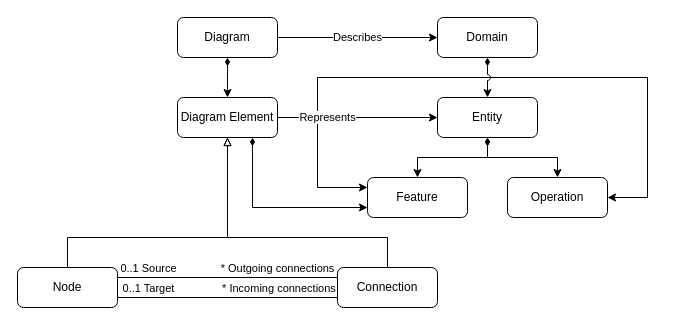
Above: page "Diagramming problem domain" (3 of 8) of diagram.drawio in Nasdanika-Demos/beyond-diagrams (draw.io), before the change. Source tidied: cells renumbered, new cells numbered last; positions are measured from the earlier drawing's top-left corner, leaving out a move shared by most shapes. Both pictures are drawn from the tidied source at 100%, with x=0, y=0 at pixel (17, 17).
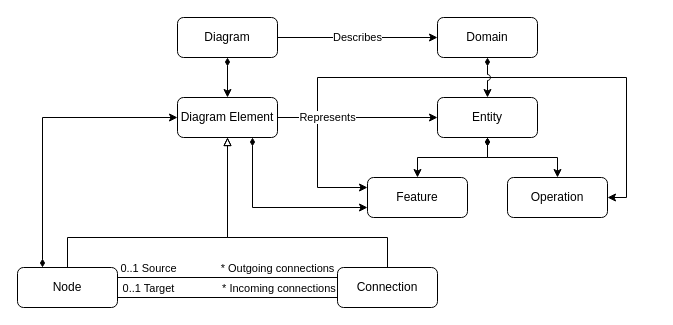
The same diagram, later.

The change refers to these unchanged cells:
```xml
<mxCell id="7" value="Diagram Element" style="rounded=1;whiteSpace=wrap;html=1;" parent="1" vertex="1">
  <mxGeometry x="160" y="80" width="100" height="40" as="geometry" />
</mxCell>
<mxCell id="15" value="Node" style="rounded=1;whiteSpace=wrap;html=1;" parent="1" vertex="1">
  <mxGeometry y="250" width="100" height="40" as="geometry" />
</mxCell>
<mxCell id="25" value="Operation" style="rounded=1;whiteSpace=wrap;html=1;" parent="1" vertex="1">
  <mxGeometry x="490" y="160" width="100" height="40" as="geometry" />
</mxCell>
```

The edit, as a diff of the source:
```diff
@@
     <mxCell id="2" style="edgeStyle=orthogonalEdgeStyle;rounded=0;jettySize=auto;html=1;entryX=1;entryY=0.5;entryDx=0;entryDy=0;exitX=1;exitY=0.5;exitDx=0;exitDy=0;" parent="1" edge="1" source="7" target="25">
       <mxGeometry relative="1" as="geometry">
         <Array as="points">
           <mxPoint x="300" y="100" />
           <mxPoint x="300" y="60" />
-          <mxPoint x="630" y="60" />
-          <mxPoint x="630" y="180" />
+          <mxPoint x="609" y="60" />
+          <mxPoint x="609" y="180" />
         </Array>
       </mxGeometry>
     </mxCell>
@@
+    <mxCell id="27" style="edgeStyle=orthogonalEdgeStyle;rounded=0;jettySize=auto;html=1;startArrow=diamondThin;startFill=1;exitX=0.25;exitY=0;exitDx=0;exitDy=0;" parent="1" edge="1" source="15" target="7">
+      <mxGeometry relative="1" as="geometry">
+        <Array as="points">
+          <mxPoint x="25" y="100" />
+        </Array>
+      </mxGeometry>
+    </mxCell>
```
